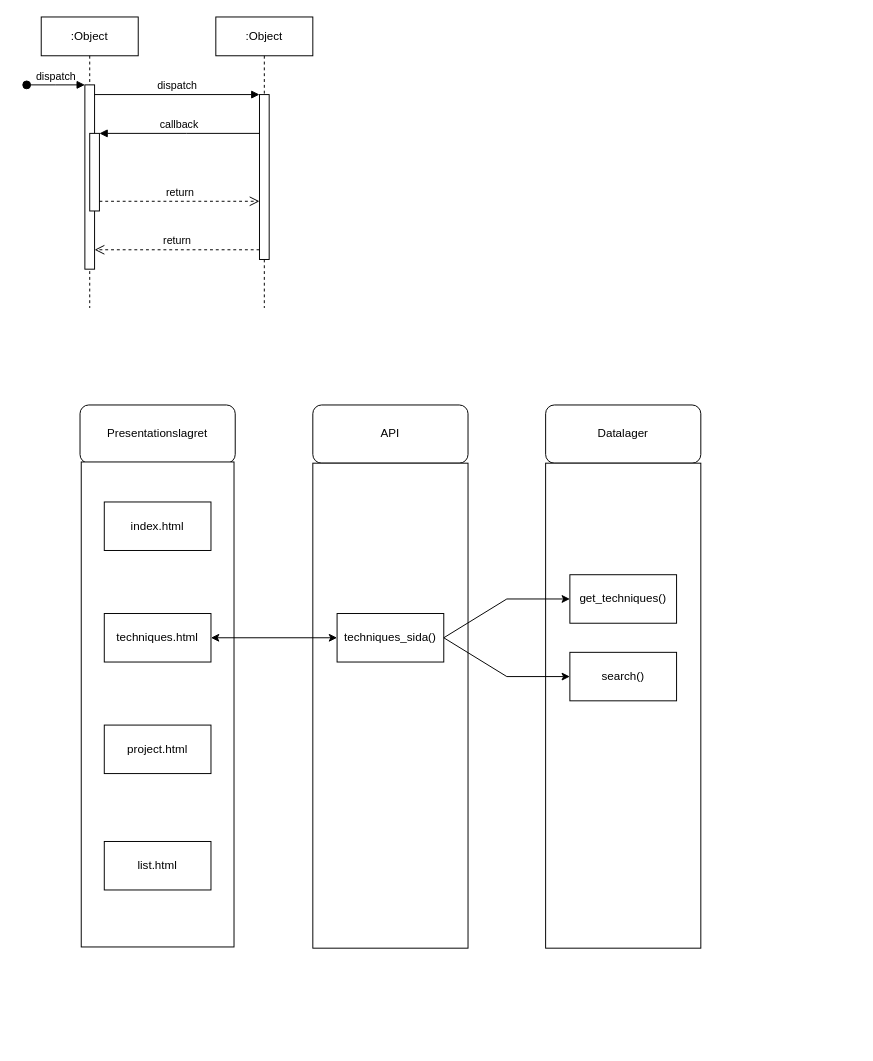
This is Untitled Diagram.drawio from Harmonyy1/TDP003, a draw.io file, before an edit. Source tidied: cells renumbered, new cells numbered last; positions are measured from the earlier drawing's top-left corner, leaving out a move shared by most shapes. Both pictures are drawn from the tidied source at 97%, with x=0, y=0 at pixel (-85, 16).
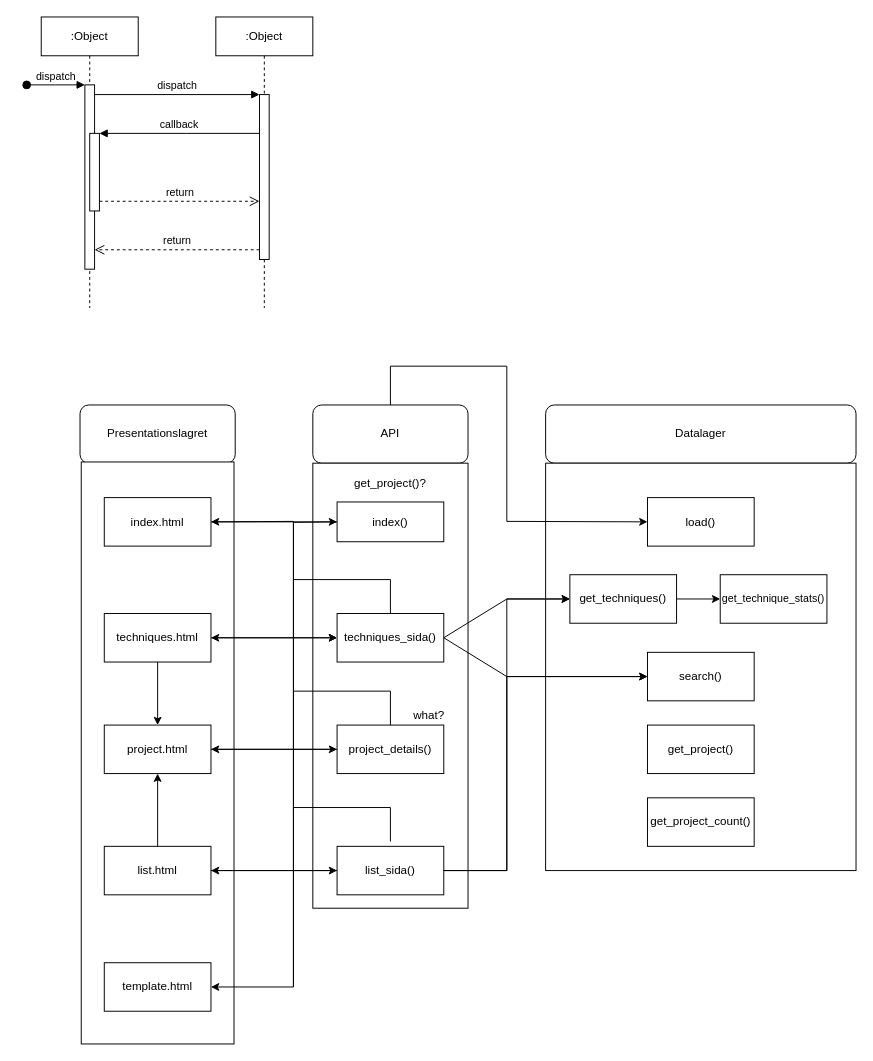
The same diagram, later.

Unchanged cells that the change refers to:
```xml
<mxCell id="13" value="API" style="rounded=1;whiteSpace=wrap;html=1;" parent="1" vertex="1">
  <mxGeometry x="410" y="400" width="160" height="60" as="geometry" />
</mxCell>
<mxCell id="20" value="get_techniques()" style="rounded=0;whiteSpace=wrap;html=1;" parent="1" vertex="1">
  <mxGeometry x="675" y="575" width="110" height="50" as="geometry" />
</mxCell>
<mxCell id="22" value="techniques_sida()" style="rounded=0;whiteSpace=wrap;html=1;" parent="1" vertex="1">
  <mxGeometry x="435" y="615" width="110" height="50" as="geometry" />
</mxCell>
<mxCell id="23" value="techniques.html" style="rounded=0;whiteSpace=wrap;html=1;" parent="1" vertex="1">
  <mxGeometry x="195" y="615" width="110" height="50" as="geometry" />
</mxCell>
<mxCell id="26" value="project.html" style="rounded=0;whiteSpace=wrap;html=1;" parent="1" vertex="1">
  <mxGeometry x="195" y="730" width="110" height="50" as="geometry" />
</mxCell>
```

Change to the diagram source:
```diff
@@
     <mxCell id="14" value="Datalager" style="rounded=1;whiteSpace=wrap;html=1;" parent="1" vertex="1">
-      <mxGeometry x="650" y="400" width="160" height="60" as="geometry" />
+      <mxGeometry x="650" y="400" width="320" height="60" as="geometry" />
     </mxCell>
     <mxCell id="15" style="rounded=0;whiteSpace=wrap;html=1;rotation=90;" parent="1" vertex="1">
-      <mxGeometry y="630" width="500" height="157.5" as="geometry" />
+      <mxGeometry x="-50" y="680" width="600" height="157.5" as="geometry" />
     </mxCell>
     <mxCell id="16" style="rounded=0;whiteSpace=wrap;html=1;rotation=90;" parent="1" vertex="1">
-      <mxGeometry x="480" y="630" width="500" height="160" as="geometry" />
+      <mxGeometry x="600" y="510" width="420" height="320" as="geometry" />
     </mxCell>
     <mxCell id="17" style="rounded=0;whiteSpace=wrap;html=1;rotation=90;" parent="1" vertex="1">
-      <mxGeometry x="240" y="630" width="500" height="160" as="geometry" />
+      <mxGeometry x="260.6" y="609.4" width="458.8" height="160" as="geometry" />
     </mxCell>
@@
     <mxCell id="21" value="search()" style="rounded=0;whiteSpace=wrap;html=1;" parent="1" vertex="1">
-      <mxGeometry x="675" y="655" width="110" height="50" as="geometry" />
+      <mxGeometry x="755" y="655" width="110" height="50" as="geometry" />
     </mxCell>
@@
-    <mxCell id="24" style="endArrow=classic;html=1;rounded=0;entryX=0;entryY=0.5;entryDx=0;entryDy=0;" parent="1" edge="1">
+    <mxCell id="24" style="endArrow=classic;html=1;rounded=0;entryX=0;entryY=0.5;entryDx=0;entryDy=0;" parent="1" edge="1" target="21">
       <mxGeometry relative="1" as="geometry">
         <mxPoint x="545" y="640" as="sourcePoint" />
-        <mxPoint x="675" y="680" as="targetPoint" />
         <Array as="points">
           <mxPoint x="610" y="680" />
         </Array>
       </mxGeometry>
     </mxCell>
     <mxCell id="25" value="list.html" style="rounded=0;whiteSpace=wrap;html=1;" parent="1" vertex="1">
-      <mxGeometry x="195" y="850" width="110" height="50" as="geometry" />
+      <mxGeometry x="195" y="855" width="110" height="50" as="geometry" />
     </mxCell>
@@
     <mxCell id="27" value="index.html" style="rounded=0;whiteSpace=wrap;html=1;" parent="1" vertex="1">
-      <mxGeometry x="195" y="500" width="110" height="50" as="geometry" />
+      <mxGeometry x="195" y="495.5" width="110" height="50" as="geometry" />
     </mxCell>
+    <mxCell id="28" value="template.html" style="rounded=0;whiteSpace=wrap;html=1;" parent="1" vertex="1">
+      <mxGeometry x="195" y="975" width="110" height="50" as="geometry" />
+    </mxCell>
+    <mxCell id="29" value="index()" style="rounded=0;whiteSpace=wrap;html=1;" parent="1" vertex="1">
+      <mxGeometry x="435" y="500" width="110" height="41" as="geometry" />
+    </mxCell>
+    <mxCell id="30" value="project_details()" style="rounded=0;whiteSpace=wrap;html=1;" parent="1" vertex="1">
+      <mxGeometry x="435" y="730" width="110" height="50" as="geometry" />
+    </mxCell>
+    <mxCell id="31" value="list_sida()" style="rounded=0;whiteSpace=wrap;html=1;" parent="1" vertex="1">
+      <mxGeometry x="435" y="855" width="110" height="50" as="geometry" />
+    </mxCell>
+    <mxCell id="32" value="load()" style="rounded=0;whiteSpace=wrap;html=1;" parent="1" vertex="1">
+      <mxGeometry x="755" y="495.5" width="110" height="50" as="geometry" />
+    </mxCell>
+    <mxCell id="33" value="&lt;font style=&quot;font-size: 11px;&quot;&gt;get_technique_stats()&lt;/font&gt;" style="rounded=0;whiteSpace=wrap;html=1;" parent="1" vertex="1">
+      <mxGeometry x="830" y="575" width="110" height="50" as="geometry" />
+    </mxCell>
+    <mxCell id="34" value="get_project()" style="rounded=0;whiteSpace=wrap;html=1;" parent="1" vertex="1">
+      <mxGeometry x="755" y="730" width="110" height="50" as="geometry" />
+    </mxCell>
+    <mxCell id="35" value="get_project_count()" style="rounded=0;whiteSpace=wrap;html=1;" parent="1" vertex="1">
+      <mxGeometry x="755" y="805" width="110" height="50" as="geometry" />
+    </mxCell>
+    <mxCell id="36" style="endArrow=classic;html=1;rounded=0;entryX=1;entryY=0.5;entryDx=0;entryDy=0;" parent="1" edge="1" target="28">
+      <mxGeometry relative="1" as="geometry">
+        <mxPoint x="390" y="520" as="sourcePoint" />
+        <Array as="points">
+          <mxPoint x="390" y="1000" />
+        </Array>
+      </mxGeometry>
+    </mxCell>
+    <mxCell id="37" style="endArrow=none;html=1;rounded=0;entryX=0;entryY=0.5;entryDx=0;entryDy=0;" parent="1" edge="1" target="29">
+      <mxGeometry relative="1" as="geometry">
+        <mxPoint x="390" y="521" as="sourcePoint" />
+      </mxGeometry>
+    </mxCell>
+    <mxCell id="38" style="endArrow=none;html=1;rounded=0;exitX=0.5;exitY=0;exitDx=0;exitDy=0;" parent="1" edge="1" source="22">
+      <mxGeometry relative="1" as="geometry">
+        <mxPoint x="390" y="580" as="targetPoint" />
+        <Array as="points">
+          <mxPoint x="490" y="580" />
+        </Array>
+      </mxGeometry>
+    </mxCell>
+    <mxCell id="39" style="endArrow=none;html=1;rounded=0;exitX=0.5;exitY=0;exitDx=0;exitDy=0;" parent="1" edge="1">
+      <mxGeometry relative="1" as="geometry">
+        <mxPoint x="490" y="730" as="sourcePoint" />
+        <mxPoint x="390" y="695" as="targetPoint" />
+        <Array as="points">
+          <mxPoint x="490" y="695" />
+        </Array>
+      </mxGeometry>
+    </mxCell>
+    <mxCell id="40" style="endArrow=none;html=1;rounded=0;exitX=0.5;exitY=0;exitDx=0;exitDy=0;" parent="1" edge="1">
+      <mxGeometry relative="1" as="geometry">
+        <mxPoint x="490" y="850" as="sourcePoint" />
+        <mxPoint x="390" y="815" as="targetPoint" />
+        <Array as="points">
+          <mxPoint x="490" y="815" />
+        </Array>
+      </mxGeometry>
+    </mxCell>
+    <mxCell id="41" style="endArrow=classic;html=1;rounded=0;exitX=0.5;exitY=0;exitDx=0;exitDy=0;entryX=0.5;entryY=1;entryDx=0;entryDy=0;" parent="1" edge="1" source="25" target="26">
+      <mxGeometry relative="1" as="geometry" />
+    </mxCell>
+    <mxCell id="42" style="endArrow=classic;html=1;rounded=0;exitX=0.5;exitY=1;exitDx=0;exitDy=0;entryX=0.5;entryY=0;entryDx=0;entryDy=0;" parent="1" edge="1" source="23" target="26">
+      <mxGeometry relative="1" as="geometry" />
+    </mxCell>
+    <mxCell id="43" style="endArrow=classic;html=1;rounded=0;entryX=1;entryY=0.5;entryDx=0;entryDy=0;" parent="1" edge="1" target="27">
+      <mxGeometry relative="1" as="geometry">
+        <mxPoint x="390" y="520" as="sourcePoint" />
+      </mxGeometry>
+    </mxCell>
+    <mxCell id="44" style="endArrow=classic;html=1;rounded=0;entryX=1;entryY=0.5;entryDx=0;entryDy=0;exitX=0;exitY=0.5;exitDx=0;exitDy=0;" parent="1" edge="1" source="30" target="26">
+      <mxGeometry relative="1" as="geometry" />
+    </mxCell>
+    <mxCell id="45" style="endArrow=none;html=1;rounded=0;" parent="1" edge="1">
+      <mxGeometry relative="1" as="geometry">
+        <mxPoint x="390" y="1000" as="sourcePoint" />
+        <mxPoint x="390" y="520" as="targetPoint" />
+      </mxGeometry>
+    </mxCell>
+    <mxCell id="46" style="endArrow=classic;html=1;rounded=0;entryX=1;entryY=0.5;entryDx=0;entryDy=0;exitX=0;exitY=0.5;exitDx=0;exitDy=0;" parent="1" edge="1" source="31" target="25">
+      <mxGeometry relative="1" as="geometry" />
+    </mxCell>
+    <mxCell id="47" style="endArrow=classic;html=1;rounded=0;entryX=0;entryY=0.5;entryDx=0;entryDy=0;exitX=0.5;exitY=0;exitDx=0;exitDy=0;" parent="1" edge="1" source="13" target="32">
+      <mxGeometry relative="1" as="geometry">
+        <Array as="points">
+          <mxPoint x="490" y="360" />
+          <mxPoint x="610" y="360" />
+          <mxPoint x="610" y="520" />
+        </Array>
+      </mxGeometry>
+    </mxCell>
+    <mxCell id="48" value="get_project()?" style="text;html=1;align=center;verticalAlign=middle;whiteSpace=wrap;rounded=0;" parent="1" vertex="1">
+      <mxGeometry x="460" y="465.5" width="60" height="30" as="geometry" />
+    </mxCell>
+    <mxCell id="49" style="endArrow=classic;html=1;rounded=0;exitX=1;exitY=0.5;exitDx=0;exitDy=0;entryX=0;entryY=0.5;entryDx=0;entryDy=0;" parent="1" edge="1" source="25" target="31">
+      <mxGeometry relative="1" as="geometry" />
+    </mxCell>
+    <mxCell id="50" style="endArrow=classic;html=1;rounded=0;entryX=0;entryY=0.5;entryDx=0;entryDy=0;exitX=1;exitY=0.5;exitDx=0;exitDy=0;" parent="1" edge="1" source="26" target="30">
+      <mxGeometry relative="1" as="geometry" />
+    </mxCell>
+    <mxCell id="51" style="endArrow=classic;html=1;rounded=0;entryX=0;entryY=0.5;entryDx=0;entryDy=0;exitX=1;exitY=0.5;exitDx=0;exitDy=0;" parent="1" edge="1" source="23" target="22">
+      <mxGeometry relative="1" as="geometry" />
+    </mxCell>
+    <mxCell id="52" style="endArrow=classic;html=1;rounded=0;entryX=0;entryY=0.5;entryDx=0;entryDy=0;exitX=1;exitY=0.5;exitDx=0;exitDy=0;" parent="1" edge="1" source="27" target="29">
+      <mxGeometry relative="1" as="geometry" />
+    </mxCell>
+    <mxCell id="53" style="endArrow=classic;html=1;rounded=0;entryX=0;entryY=0.5;entryDx=0;entryDy=0;" parent="1" edge="1" source="31" target="21">
+      <mxGeometry relative="1" as="geometry">
+        <Array as="points">
+          <mxPoint x="610" y="880" />
+          <mxPoint x="610" y="680" />
+        </Array>
+      </mxGeometry>
+    </mxCell>
+    <mxCell id="54" style="endArrow=classic;html=1;rounded=0;exitX=1;exitY=0.5;exitDx=0;exitDy=0;entryX=0;entryY=0.5;entryDx=0;entryDy=0;" parent="1" edge="1" source="31" target="20">
+      <mxGeometry relative="1" as="geometry">
+        <Array as="points">
+          <mxPoint x="610" y="880" />
+          <mxPoint x="610" y="600" />
+        </Array>
+      </mxGeometry>
+    </mxCell>
+    <mxCell id="55" style="endArrow=classic;html=1;rounded=0;exitX=1;exitY=0.5;exitDx=0;exitDy=0;entryX=0;entryY=0.5;entryDx=0;entryDy=0;" parent="1" edge="1" source="20" target="33">
+      <mxGeometry relative="1" as="geometry" />
+    </mxCell>
+    <mxCell id="56" value="what?" style="text;html=1;align=center;verticalAlign=middle;whiteSpace=wrap;rounded=0;" parent="1" vertex="1">
+      <mxGeometry x="500" y="705" width="60" height="30" as="geometry" />
+    </mxCell>
```
